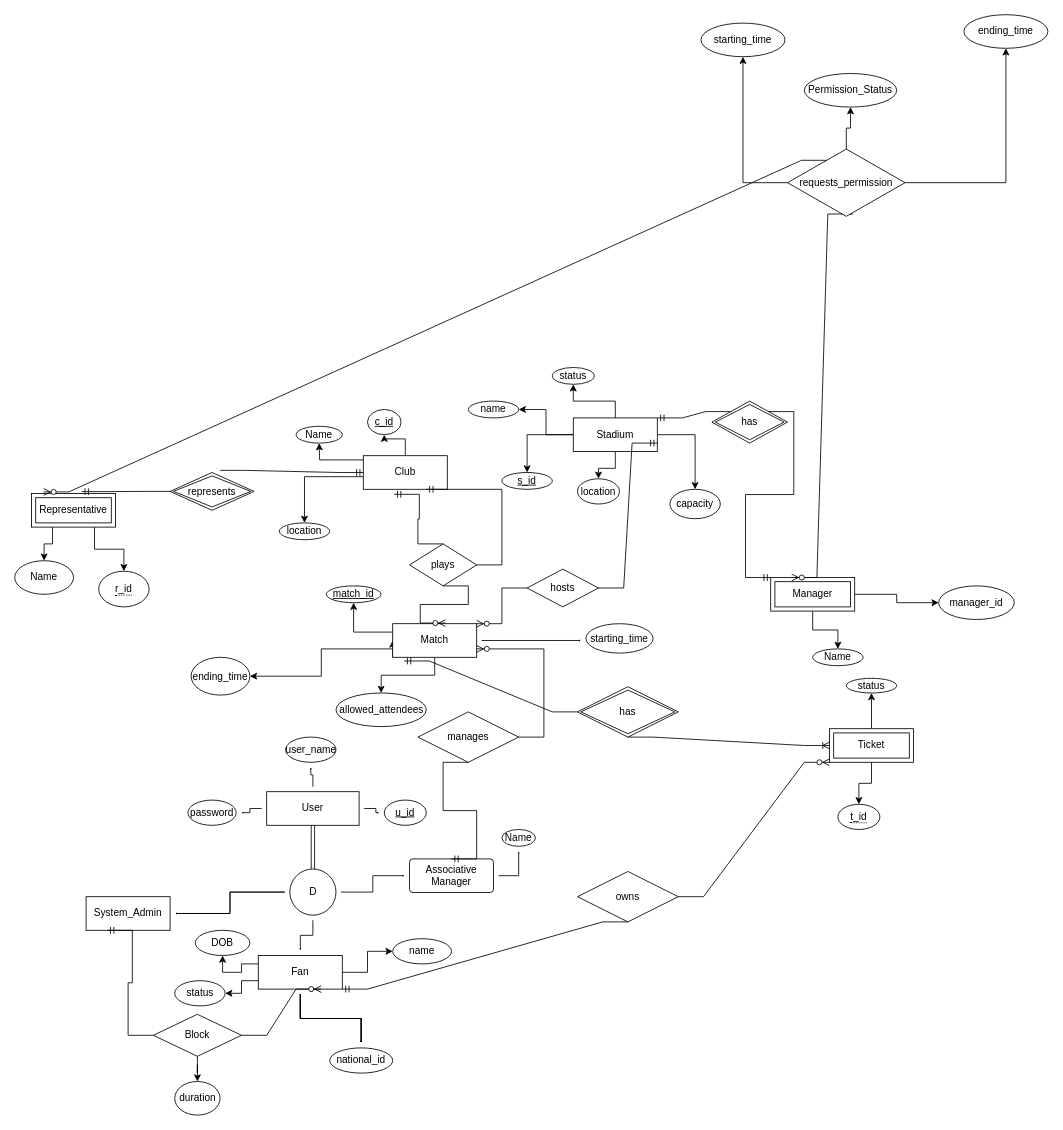
The draw.io diagram MileStone(1).drawio in Aelmeky/Stadium_tickets_system, before the edit. Source tidied: cells renumbered, new cells numbered last; positions are measured from the earlier drawing's top-left corner, leaving out a move shared by most shapes. Both pictures are drawn from the tidied source at 84%, with x=0, y=0 at pixel (14, 14).
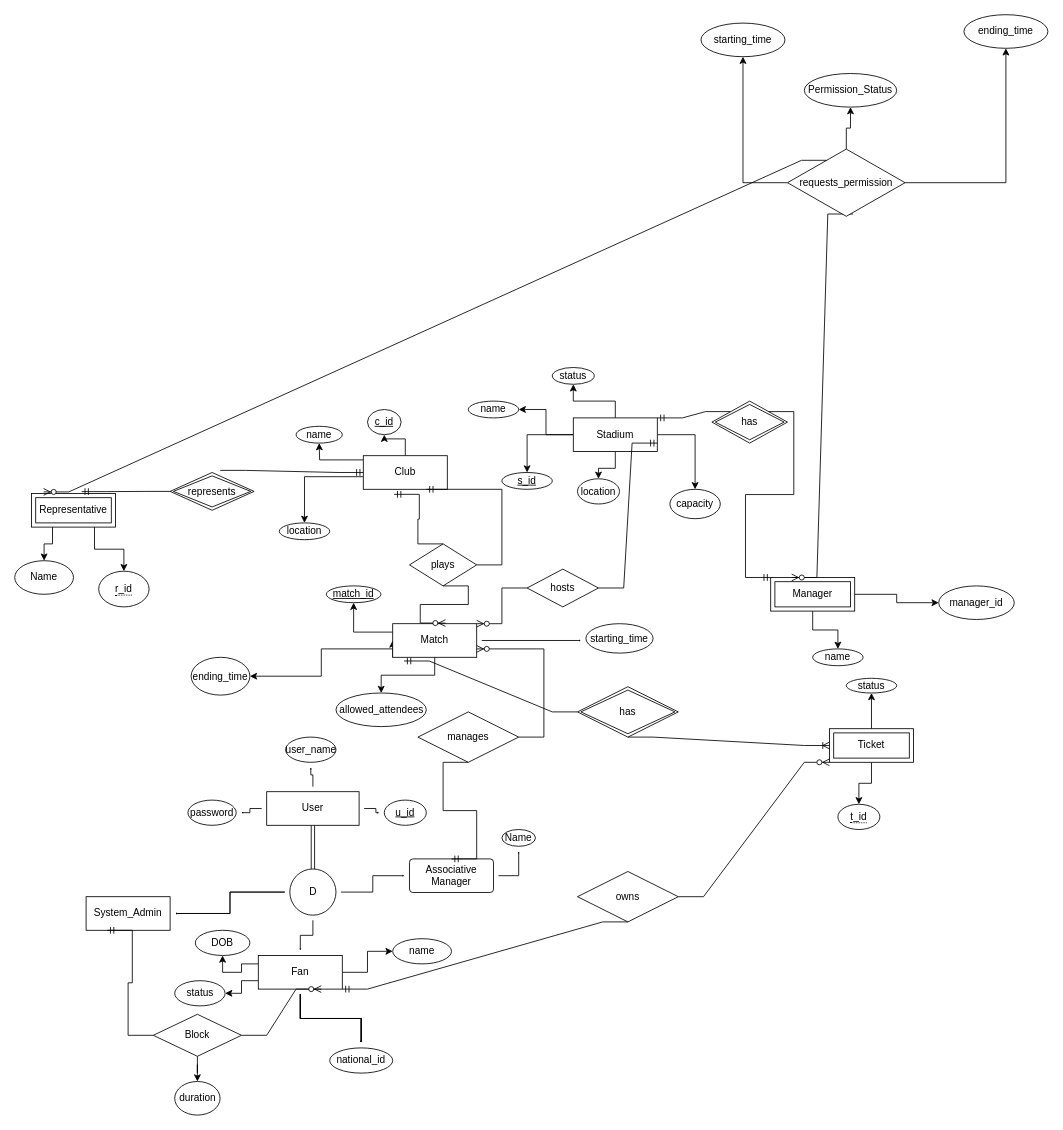
The same diagram, later.

Commit message:
fix: Applying naming convention.

Diff of the diagram source:
```diff
@@
-    <mxCell id="23" value="Name" style="ellipse;whiteSpace=wrap;html=1;align=center;" parent="1" vertex="1">
+    <mxCell id="23" value="name" style="ellipse;whiteSpace=wrap;html=1;align=center;" parent="1" vertex="1">
       <mxGeometry x="335" y="490" width="55" height="20" as="geometry" />
     </mxCell>
@@
-    <mxCell id="34" value="Name" style="ellipse;whiteSpace=wrap;html=1;align=center;" parent="1" vertex="1">
+    <mxCell id="34" value="name" style="ellipse;whiteSpace=wrap;html=1;align=center;" parent="1" vertex="1">
       <mxGeometry x="950" y="755" width="60" height="20" as="geometry" />
     </mxCell>
```
